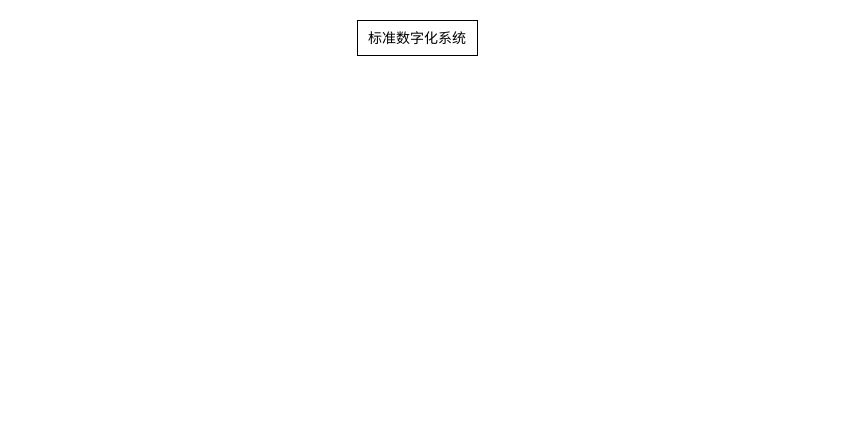
This is STD.drawio from z-cloud-z/draw, a draw.io file, before an edit. Source tidied: cells renumbered, new cells numbered last; positions are measured from the earlier drawing's top-left corner, leaving out a move shared by most shapes. Both pictures are drawn from the tidied source at 100%, with x=0, y=0 at pixel (357, 20).
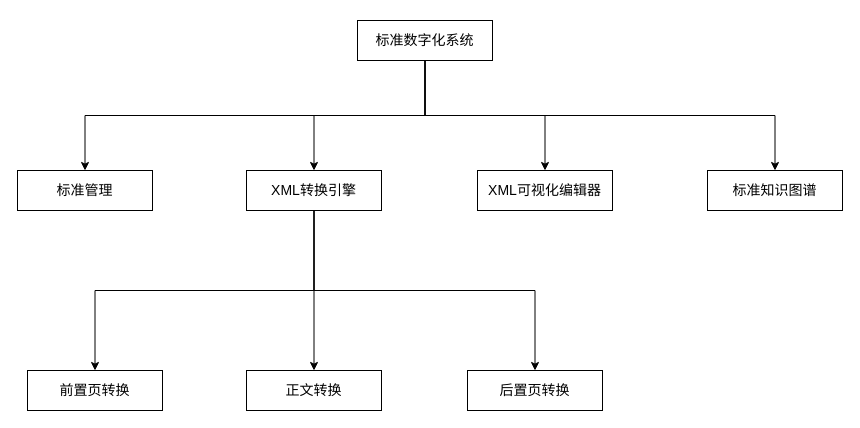
The same diagram, later.

Change to the diagram source:
```diff
@@
 <mxGraphModel>
   <root>
     <mxCell id="0" />
     <mxCell id="1" parent="0" />
+    <mxCell id="3" style="edgeStyle=orthogonalEdgeStyle;rounded=0;jettySize=auto;html=1;" parent="1" edge="1" source="2" target="11">
+      <mxGeometry relative="1" as="geometry" />
+    </mxCell>
+    <mxCell id="4" style="edgeStyle=orthogonalEdgeStyle;rounded=0;jettySize=auto;html=1;exitX=0.5;exitY=1;exitDx=0;exitDy=0;" parent="1" edge="1" source="2" target="12">
+      <mxGeometry relative="1" as="geometry" />
+    </mxCell>
+    <mxCell id="5" style="edgeStyle=orthogonalEdgeStyle;rounded=0;jettySize=auto;html=1;exitX=0.5;exitY=1;exitDx=0;exitDy=0;" parent="1" edge="1" source="2" target="10">
+      <mxGeometry relative="1" as="geometry" />
+    </mxCell>
+    <mxCell id="6" style="edgeStyle=orthogonalEdgeStyle;rounded=0;jettySize=auto;html=1;exitX=0.5;exitY=1;exitDx=0;exitDy=0;" parent="1" edge="1" source="2" target="13">
+      <mxGeometry relative="1" as="geometry" />
+    </mxCell>
     <mxCell id="2" value="&lt;p class=&quot;MsoNormal&quot;&gt;&lt;span style=&quot;mso-spacerun:'yes';font-family:宋体;mso-hansi-font-family:'Times New Roman';&lt;br/&gt;mso-bidi-font-family:'Times New Roman';letter-spacing:0.0000pt;font-size:10.5000pt;&quot;&gt;标准数字化&lt;/span&gt;&lt;span style=&quot;mso-spacerun:'yes';font-family:宋体;mso-hansi-font-family:'Times New Roman';&lt;br/&gt;mso-bidi-font-family:'Times New Roman';letter-spacing:0.0000pt;font-size:10.5000pt;&quot;&gt;系统&lt;/span&gt;&lt;/p&gt;" style="rounded=0;whiteSpace=wrap;html=1;" parent="1" vertex="1">
-      <mxGeometry width="120" height="35" as="geometry" />
+      <mxGeometry width="135" height="40" as="geometry" />
     </mxCell>
+    <mxCell id="7" style="edgeStyle=orthogonalEdgeStyle;rounded=0;jettySize=auto;html=1;exitX=0.5;exitY=1;exitDx=0;exitDy=0;" parent="1" edge="1" source="10" target="15">
+      <mxGeometry relative="1" as="geometry" />
+    </mxCell>
+    <mxCell id="8" style="edgeStyle=orthogonalEdgeStyle;rounded=0;jettySize=auto;html=1;exitX=0.5;exitY=1;exitDx=0;exitDy=0;" parent="1" edge="1" source="10" target="16">
+      <mxGeometry relative="1" as="geometry" />
+    </mxCell>
+    <mxCell id="9" style="edgeStyle=orthogonalEdgeStyle;rounded=0;jettySize=auto;html=1;exitX=0.5;exitY=1;exitDx=0;exitDy=0;" parent="1" edge="1" source="10" target="14">
+      <mxGeometry relative="1" as="geometry" />
+    </mxCell>
+    <mxCell id="10" value="&lt;font face=&quot;宋体&quot;&gt;&lt;span style=&quot;font-size: 14px;&quot;&gt;XML转换引擎&lt;/span&gt;&lt;/font&gt;" style="rounded=0;whiteSpace=wrap;html=1;" parent="1" vertex="1">
+      <mxGeometry x="-111" y="150" width="135" height="40" as="geometry" />
+    </mxCell>
+    <mxCell id="11" value="&lt;p class=&quot;MsoNormal&quot;&gt;&lt;font face=&quot;宋体&quot;&gt;&lt;span style=&quot;font-size: 14px;&quot;&gt;XML可视化编辑器&lt;/span&gt;&lt;/font&gt;&lt;/p&gt;" style="rounded=0;whiteSpace=wrap;html=1;" parent="1" vertex="1">
+      <mxGeometry x="120" y="150" width="135" height="40" as="geometry" />
+    </mxCell>
+    <mxCell id="12" value="&lt;p class=&quot;MsoNormal&quot;&gt;&lt;font face=&quot;宋体&quot;&gt;&lt;span style=&quot;font-size: 14px;&quot;&gt;标准知识图谱&lt;/span&gt;&lt;/font&gt;&lt;/p&gt;" style="rounded=0;whiteSpace=wrap;html=1;" parent="1" vertex="1">
+      <mxGeometry x="350" y="150" width="135" height="40" as="geometry" />
+    </mxCell>
+    <mxCell id="13" value="&lt;font face=&quot;宋体&quot;&gt;&lt;span style=&quot;font-size: 14px;&quot;&gt;标准管理&lt;/span&gt;&lt;/font&gt;" style="rounded=0;whiteSpace=wrap;html=1;" parent="1" vertex="1">
+      <mxGeometry x="-340" y="150" width="135" height="40" as="geometry" />
+    </mxCell>
+    <mxCell id="14" value="&lt;font face=&quot;宋体&quot;&gt;&lt;span style=&quot;font-size: 14px;&quot;&gt;前置页转换&lt;/span&gt;&lt;/font&gt;" style="rounded=0;whiteSpace=wrap;html=1;" parent="1" vertex="1">
+      <mxGeometry x="-330" y="350" width="135" height="40" as="geometry" />
+    </mxCell>
+    <mxCell id="15" value="&lt;font face=&quot;宋体&quot;&gt;&lt;span style=&quot;font-size: 14px;&quot;&gt;正文转换&lt;/span&gt;&lt;/font&gt;" style="rounded=0;whiteSpace=wrap;html=1;" parent="1" vertex="1">
+      <mxGeometry x="-111" y="350" width="135" height="40" as="geometry" />
+    </mxCell>
+    <mxCell id="16" value="&lt;font face=&quot;宋体&quot;&gt;&lt;span style=&quot;font-size: 14px;&quot;&gt;后置页转换&lt;/span&gt;&lt;/font&gt;" style="rounded=0;whiteSpace=wrap;html=1;" parent="1" vertex="1">
+      <mxGeometry x="110" y="350" width="135" height="40" as="geometry" />
+    </mxCell>
   </root>
 </mxGraphModel>
```
